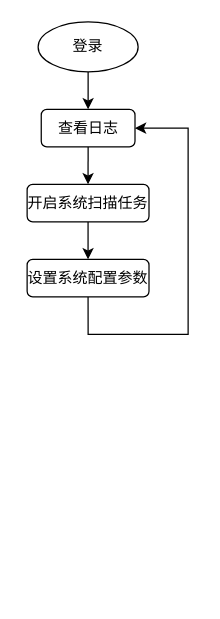
Before: aqfh/隔离/5.drawio in baibaip/diagrams, a draw.io diagram. Source tidied: cells renumbered, new cells numbered last; positions are measured from the earlier drawing's top-left corner, leaving out a move shared by most shapes. Both pictures are drawn from the tidied source at 125%, with x=0, y=0 at pixel (26, 21).
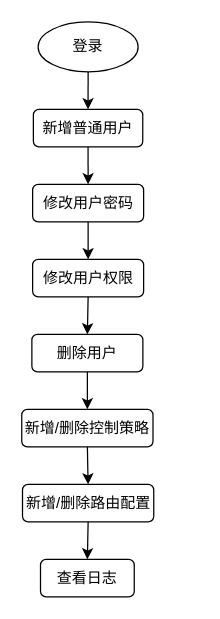
The same diagram, later.

Diff of the diagram source:
```diff
@@
 <mxGraphModel>
   <root>
     <mxCell id="0" />
     <mxCell id="1" parent="0" />
-    <mxCell id="2" style="edgeStyle=orthogonalEdgeStyle;rounded=0;jettySize=auto;html=1;exitX=0.5;exitY=1;exitDx=0;exitDy=0;entryX=0.5;entryY=0;entryDx=0;entryDy=0;" parent="1" edge="1" source="3" target="5">
-      <mxGeometry relative="1" as="geometry" />
-    </mxCell>
+    <mxCell id="10" style="edgeStyle=orthogonalEdgeStyle;rounded=0;jettySize=auto;html=1;exitX=0.5;exitY=1;exitDx=0;exitDy=0;entryX=0.5;entryY=0;entryDx=0;entryDy=0;" parent="1" edge="1" source="3" target="12">
+      <mxGeometry relative="1" as="geometry" />
+    </mxCell>
     <mxCell id="3" value="登录" style="ellipse;whiteSpace=wrap;html=1;" parent="1" vertex="1">
       <mxGeometry x="9" width="80" height="40" as="geometry" />
     </mxCell>
-    <mxCell id="4" style="edgeStyle=orthogonalEdgeStyle;rounded=0;jettySize=auto;html=1;exitX=0.5;exitY=1;exitDx=0;exitDy=0;entryX=0.5;entryY=0;entryDx=0;entryDy=0;" parent="1" edge="1" source="5" target="7">
-      <mxGeometry relative="1" as="geometry" />
-    </mxCell>
+    <mxCell id="11" style="edgeStyle=orthogonalEdgeStyle;rounded=0;jettySize=auto;html=1;exitX=0.5;exitY=1;exitDx=0;exitDy=0;entryX=0.5;entryY=0;entryDx=0;entryDy=0;" parent="1" edge="1" source="12" target="14">
+      <mxGeometry relative="1" as="geometry" />
+    </mxCell>
+    <mxCell id="12" value="新增普通用户" style="rounded=1;whiteSpace=wrap;html=1;" parent="1" vertex="1">
+      <mxGeometry x="5.2" y="70" width="87.5" height="30" as="geometry" />
+    </mxCell>
+    <mxCell id="13" style="edgeStyle=orthogonalEdgeStyle;rounded=0;jettySize=auto;html=1;exitX=0.5;exitY=1;exitDx=0;exitDy=0;entryX=0.5;entryY=0;entryDx=0;entryDy=0;" parent="1" edge="1" source="14">
+      <mxGeometry relative="1" as="geometry">
+        <mxPoint x="49" y="190" as="targetPoint" />
+      </mxGeometry>
+    </mxCell>
+    <mxCell id="14" value="修改用户密码" style="rounded=1;whiteSpace=wrap;html=1;" parent="1" vertex="1">
+      <mxGeometry x="4.6" y="130" width="88.8" height="30" as="geometry" />
+    </mxCell>
     <mxCell id="5" value="查看日志" style="rounded=1;whiteSpace=wrap;html=1;" parent="1" vertex="1">
-      <mxGeometry x="11.5" y="70" width="75" height="30" as="geometry" />
+      <mxGeometry x="10.9" y="430" width="75" height="30" as="geometry" />
     </mxCell>
-    <mxCell id="6" style="edgeStyle=orthogonalEdgeStyle;rounded=0;jettySize=auto;html=1;exitX=0.5;exitY=1;exitDx=0;exitDy=0;entryX=0.5;entryY=0;entryDx=0;entryDy=0;" parent="1" edge="1" source="7" target="9">
-      <mxGeometry relative="1" as="geometry" />
-    </mxCell>
-    <mxCell id="7" value="开启系统扫描任务" style="rounded=1;whiteSpace=wrap;html=1;" parent="1" vertex="1">
-      <mxGeometry x="0.2" y="130" width="97.5" height="30" as="geometry" />
-    </mxCell>
-    <mxCell id="8" style="edgeStyle=orthogonalEdgeStyle;rounded=0;jettySize=auto;html=1;exitX=0.5;exitY=1;exitDx=0;exitDy=0;entryX=1;entryY=0.5;entryDx=0;entryDy=0;" parent="1" edge="1" source="9" target="5">
-      <mxGeometry relative="1" as="geometry">
-        <Array as="points">
-          <mxPoint x="49" y="250" />
-          <mxPoint x="129" y="250" />
-          <mxPoint x="129" y="85" />
-        </Array>
-      </mxGeometry>
-    </mxCell>
-    <mxCell id="9" value="设置系统配置参数" style="rounded=1;whiteSpace=wrap;html=1;" parent="1" vertex="1">
-      <mxGeometry x="0.2" y="190" width="97.5" height="30" as="geometry" />
-    </mxCell>
+    <mxCell id="15" style="edgeStyle=orthogonalEdgeStyle;rounded=0;jettySize=auto;html=1;exitX=0.5;exitY=1;exitDx=0;exitDy=0;entryX=0.5;entryY=0;entryDx=0;entryDy=0;" parent="1" edge="1" source="16" target="18">
+      <mxGeometry relative="1" as="geometry" />
+    </mxCell>
+    <mxCell id="16" value="修改用户权限" style="rounded=1;whiteSpace=wrap;html=1;" parent="1" vertex="1">
+      <mxGeometry x="4.6" y="190" width="88.8" height="30" as="geometry" />
+    </mxCell>
+    <mxCell id="17" style="edgeStyle=orthogonalEdgeStyle;rounded=0;jettySize=auto;html=1;exitX=0.5;exitY=1;exitDx=0;exitDy=0;entryX=0.5;entryY=0;entryDx=0;entryDy=0;" parent="1" edge="1" source="18" target="20">
+      <mxGeometry relative="1" as="geometry" />
+    </mxCell>
+    <mxCell id="18" value="删除用户" style="rounded=1;whiteSpace=wrap;html=1;" parent="1" vertex="1">
+      <mxGeometry x="4" y="250" width="88.8" height="30" as="geometry" />
+    </mxCell>
+    <mxCell id="19" style="edgeStyle=orthogonalEdgeStyle;rounded=0;jettySize=auto;html=1;exitX=0.5;exitY=1;exitDx=0;exitDy=0;entryX=0.5;entryY=0;entryDx=0;entryDy=0;" parent="1" edge="1" source="20" target="22">
+      <mxGeometry relative="1" as="geometry" />
+    </mxCell>
+    <mxCell id="20" value="新增/删除控制策略" style="rounded=1;whiteSpace=wrap;html=1;" parent="1" vertex="1">
+      <mxGeometry x="-4.1" y="310" width="105" height="30" as="geometry" />
+    </mxCell>
+    <mxCell id="21" style="edgeStyle=orthogonalEdgeStyle;rounded=0;jettySize=auto;html=1;exitX=0.5;exitY=1;exitDx=0;exitDy=0;entryX=0.5;entryY=0;entryDx=0;entryDy=0;" parent="1" edge="1" source="22" target="5">
+      <mxGeometry relative="1" as="geometry" />
+    </mxCell>
+    <mxCell id="22" value="新增/删除路由配置" style="rounded=1;whiteSpace=wrap;html=1;" parent="1" vertex="1">
+      <mxGeometry x="-3.5" y="370" width="105" height="30" as="geometry" />
+    </mxCell>
   </root>
 </mxGraphModel>
```
